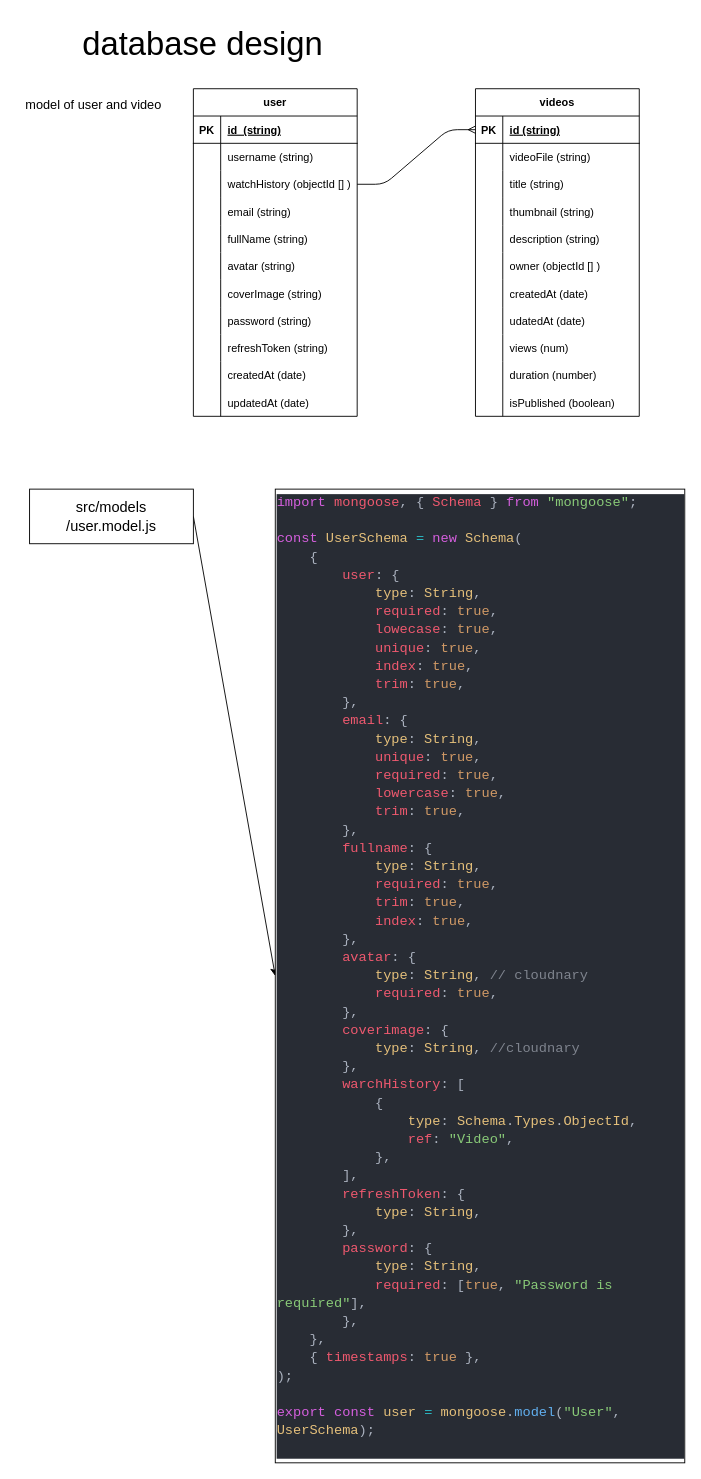
This is page "Page-3" (3 of 3) of .drawio from hubofayush/app_backend, a draw.io file, before an edit. Source tidied: cells renumbered, new cells numbered last; positions are measured from the earlier drawing's top-left corner, leaving out a move shared by most shapes. Both pictures are drawn from the tidied source at 91%, with x=0, y=0 at pixel (15, 15).
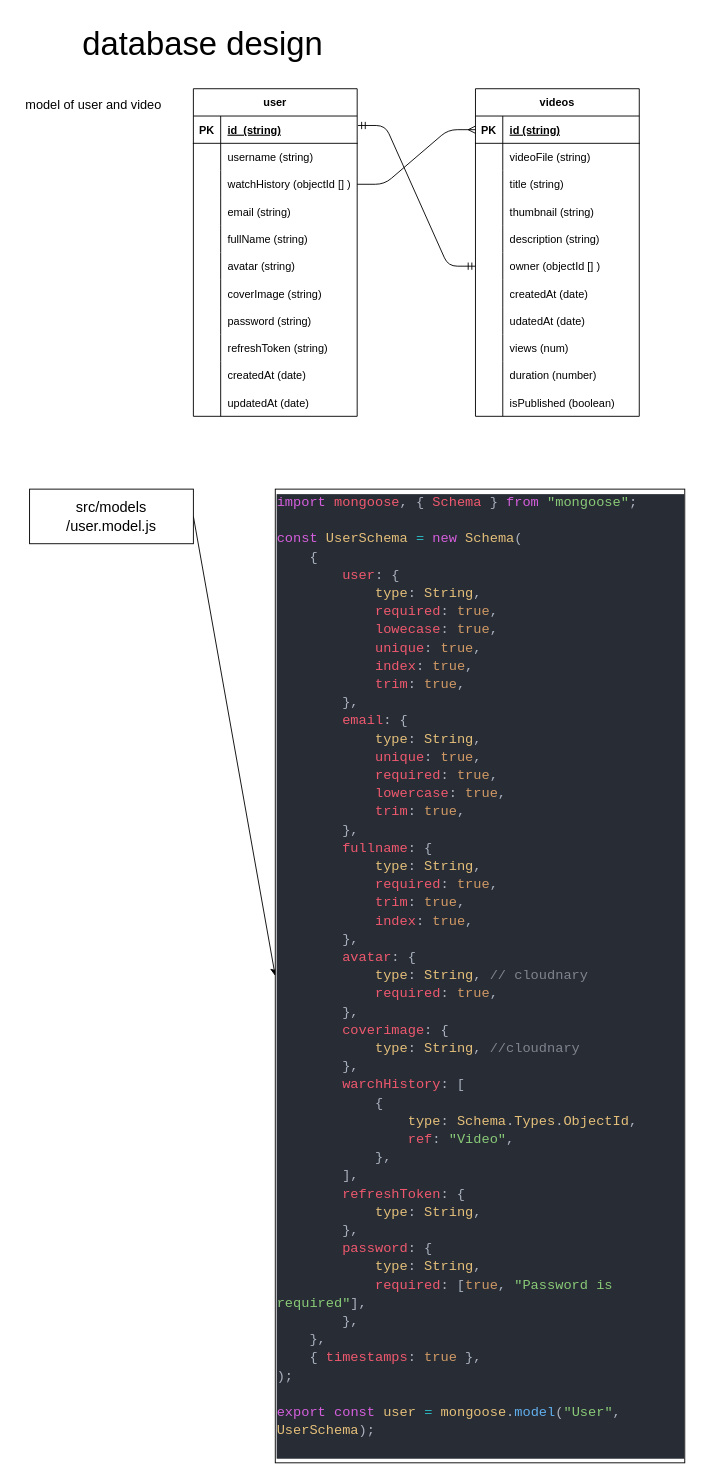
The same page after the edit.

Unchanged cells that the change refers to:
```xml
<mxCell id="5" style="shape=tableRow;horizontal=0;startSize=0;swimlaneHead=0;swimlaneBody=0;fillColor=none;points=[[0,0.5],[1,0.5]];portConstraint=eastwest;top=0;left=0;right=0;bottom=1;" parent="4" vertex="1">
  <mxGeometry y="30" width="180" height="30" as="geometry" />
</mxCell>
<mxCell id="54" style="shape=tableRow;horizontal=0;startSize=0;swimlaneHead=0;swimlaneBody=0;fillColor=none;points=[[0,0.5],[1,0.5]];portConstraint=eastwest;top=0;left=0;right=0;bottom=0;" parent="38" vertex="1">
  <mxGeometry y="180" width="180" height="30" as="geometry" />
</mxCell>
```

Diff of the diagram source:
```diff
@@
+    <mxCell id="76" style="edgeStyle=entityRelationEdgeStyle;fontSize=12;html=1;endArrow=ERmandOne;startArrow=ERmandOne;entryX=0;entryY=0.5;entryDx=0;entryDy=0;exitX=1.005;exitY=0.347;exitDx=0;exitDy=0;exitPerimeter=0;" parent="1" edge="1" source="5" target="54">
+      <mxGeometry relative="1" as="geometry" />
+    </mxCell>
```
